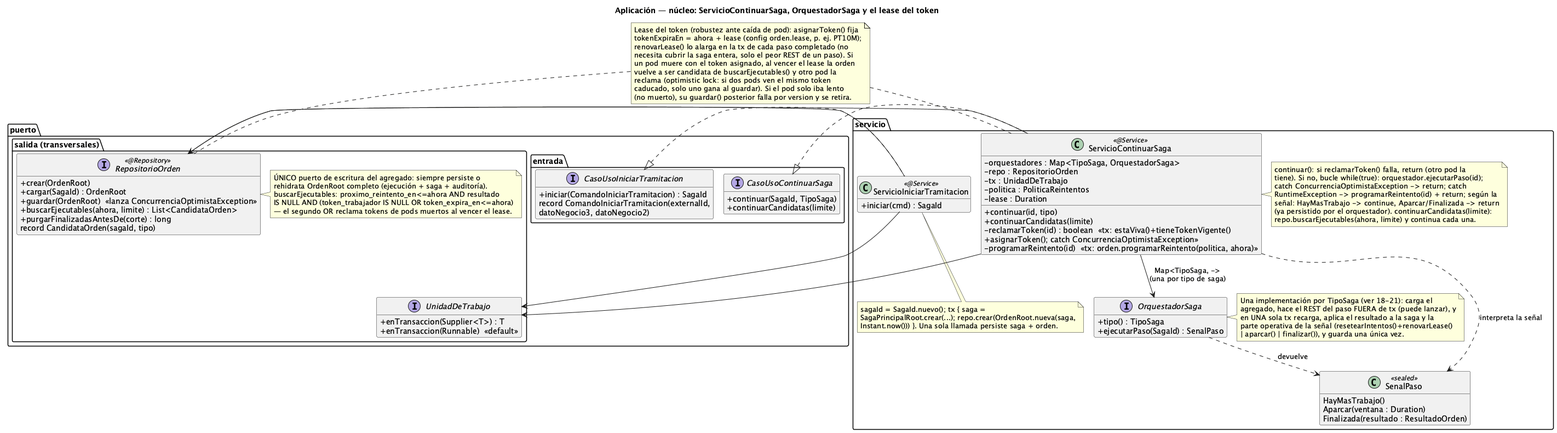
ralcazar/patrones keeps this PlantUML diagram as order-manager/docs/17-clases-aplicacion-nucleo.png. Above is the earlier version. Its diagram source:
```plantuml
@startuml 17-clases-aplicacion-nucleo
title Aplicación — núcleo: ServicioContinuarSaga, OrquestadorSaga y el lease del token
!pragma layout smetana
hide empty members
skinparam classAttributeIconSize 0

package "puerto.entrada" {
  interface CasoUsoIniciarTramitacion {
    +iniciar(ComandoIniciarTramitacion) : SagaId
    record ComandoIniciarTramitacion(externalId,\ndatoNegocio3, datoNegocio2)
  }
  interface CasoUsoContinuarSaga {
    +continuar(SagaId, TipoSaga)
    +continuarCandidatas(limite)
  }
}

package "servicio" {
  class ServicioIniciarTramitacion <<@Service>> {
    +iniciar(cmd) : SagaId
  }
  note bottom of ServicioIniciarTramitacion
    sagaId = SagaId.nuevo(); tx { saga =
    SagaPrincipalRoot.crear(...); repo.crear(OrdenRoot.nueva(saga,
    Instant.now())) }. Una sola llamada persiste saga + orden.
  end note

  class ServicioContinuarSaga <<@Service>> {
    -orquestadores : Map<TipoSaga, OrquestadorSaga>
    -repo : RepositorioOrden
    -tx : UnidadDeTrabajo
    -politica : PoliticaReintentos
    -lease : Duration
    +continuar(id, tipo)
    +continuarCandidatas(limite)
    -reclamarToken(id) : boolean  «tx: estaViva()+tieneTokenVigente()\n+asignarToken(); catch ConcurrenciaOptimistaException»
    -programarReintento(id)  «tx: orden.programarReintento(politica, ahora)»
  }
  note right of ServicioContinuarSaga
    continuar(): si reclamarToken() falla, return (otro pod la
    tiene). Si no, bucle while(true): orquestador.ejecutarPaso(id);
    catch ConcurrenciaOptimistaException -> return; catch
    RuntimeException -> programarReintento(id) + return; según la
    señal: HayMasTrabajo -> continue, Aparcar/Finalizada -> return
    (ya persistido por el orquestador). continuarCandidatas(limite):
    repo.buscarEjecutables(ahora, limite) y continua cada una.
  end note

  interface OrquestadorSaga {
    +tipo() : TipoSaga
    +ejecutarPaso(SagaId) : SenalPaso
  }
  note right of OrquestadorSaga
    Una implementación por TipoSaga (ver 18-21): carga el
    agregado, hace el REST del paso FUERA de tx (puede lanzar), y
    en UNA sola tx recarga, aplica el resultado a la saga y la
    parte operativa de la señal (resetearIntentos()+renovarLease()
    | aparcar() | finalizar()), y guarda una única vez.
  end note

  class "SenalPaso" as SenalPaso <<sealed>> {
    HayMasTrabajo()
    Aparcar(ventana : Duration)
    Finalizada(resultado : ResultadoOrden)
  }
}

package "puerto.salida (transversales)" {
  interface RepositorioOrden <<@Repository>> {
    +crear(OrdenRoot)
    +cargar(SagaId) : OrdenRoot
    +guardar(OrdenRoot)  «lanza ConcurrenciaOptimistaException»
    +buscarEjecutables(ahora, limite) : List<CandidataOrden>
    +purgarFinalizadasAntesDe(corte) : long
    record CandidataOrden(sagaId, tipo)
  }
  note right of RepositorioOrden
    ÚNICO puerto de escritura del agregado: siempre persiste o
    rehidrata OrdenRoot completo (ejecución + saga + auditoría).
    buscarEjecutables: proximo_reintento_en<=ahora AND resultado
    IS NULL AND (token_trabajador IS NULL OR token_expira_en<=ahora)
    — el segundo OR reclama tokens de pods muertos al vencer el lease.
  end note
  interface UnidadDeTrabajo {
    +enTransaccion(Supplier<T>) : T
    +enTransaccion(Runnable)  «default»
  }
}

CasoUsoIniciarTramitacion <|.. ServicioIniciarTramitacion
CasoUsoContinuarSaga <|.. ServicioContinuarSaga
ServicioIniciarTramitacion --> RepositorioOrden
ServicioIniciarTramitacion --> UnidadDeTrabajo
ServicioContinuarSaga --> RepositorioOrden
ServicioContinuarSaga --> UnidadDeTrabajo
ServicioContinuarSaga --> OrquestadorSaga : Map<TipoSaga, ->\n(una por tipo de saga)
ServicioContinuarSaga ..> SenalPaso : interpreta la señal
OrquestadorSaga ..> SenalPaso : devuelve

note as NLease
  Lease del token (robustez ante caída de pod): asignarToken() fija
  tokenExpiraEn = ahora + lease (config orden.lease, p. ej. PT10M);
  renovarLease() lo alarga en la tx de cada paso completado (no
  necesita cubrir la saga entera, solo el peor REST de un paso). Si
  un pod muere con el token asignado, al vencer el lease la orden
  vuelve a ser candidata de buscarEjecutables() y otro pod la
  reclama (optimistic lock: si dos pods ven el mismo token
  caducado, solo uno gana al guardar). Si el pod solo iba lento
  (no muerto), su guardar() posterior falla por version y se retira.
end note
NLease .. RepositorioOrden
NLease .. ServicioContinuarSaga

RepositorioOrden -[hidden]down- UnidadDeTrabajo
@enduml
```
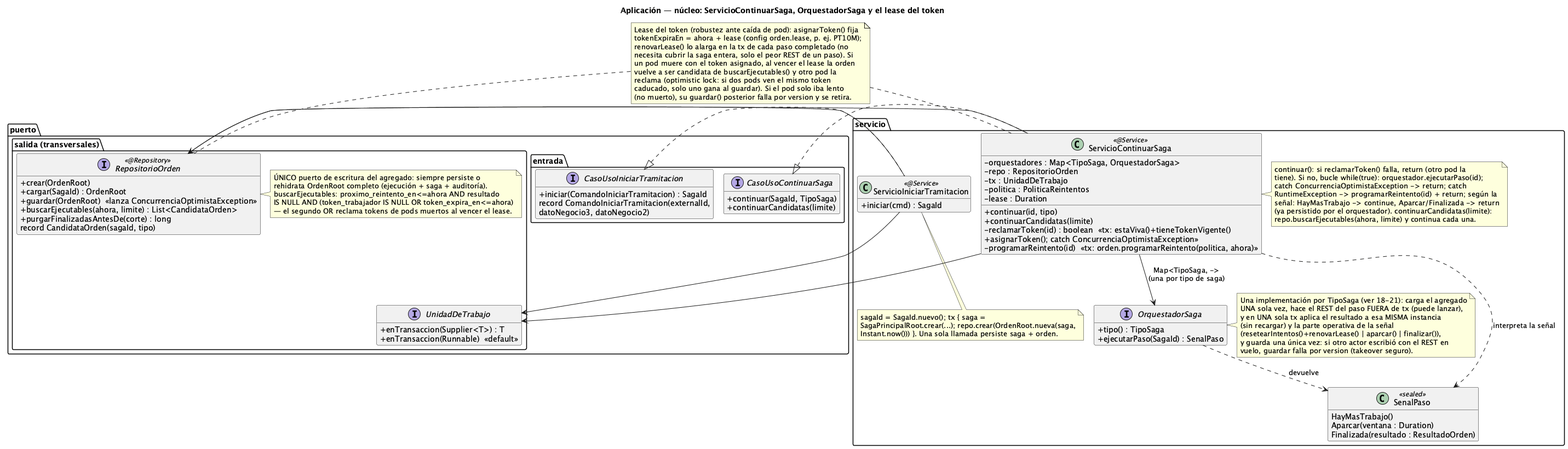
The same diagram one commit later.

Diff of the diagram source:
```diff
@@ -51,11 +51,13 @@
     +ejecutarPaso(SagaId) : SenalPaso
   }
   note right of OrquestadorSaga
-    Una implementación por TipoSaga (ver 18-21): carga el
-    agregado, hace el REST del paso FUERA de tx (puede lanzar), y
-    en UNA sola tx recarga, aplica el resultado a la saga y la
-    parte operativa de la señal (resetearIntentos()+renovarLease()
-    | aparcar() | finalizar()), y guarda una única vez.
+    Una implementación por TipoSaga (ver 18-21): carga el agregado
+    UNA sola vez, hace el REST del paso FUERA de tx (puede lanzar),
+    y en UNA sola tx aplica el resultado a esa MISMA instancia
+    (sin recargar) y la parte operativa de la señal
+    (resetearIntentos()+renovarLease() | aparcar() | finalizar()),
+    y guarda una única vez: si otro actor escribió con el REST en
+    vuelo, guardar falla por version (takeover seguro).
   end note
 
   class "SenalPaso" as SenalPaso <<sealed>> {
```
